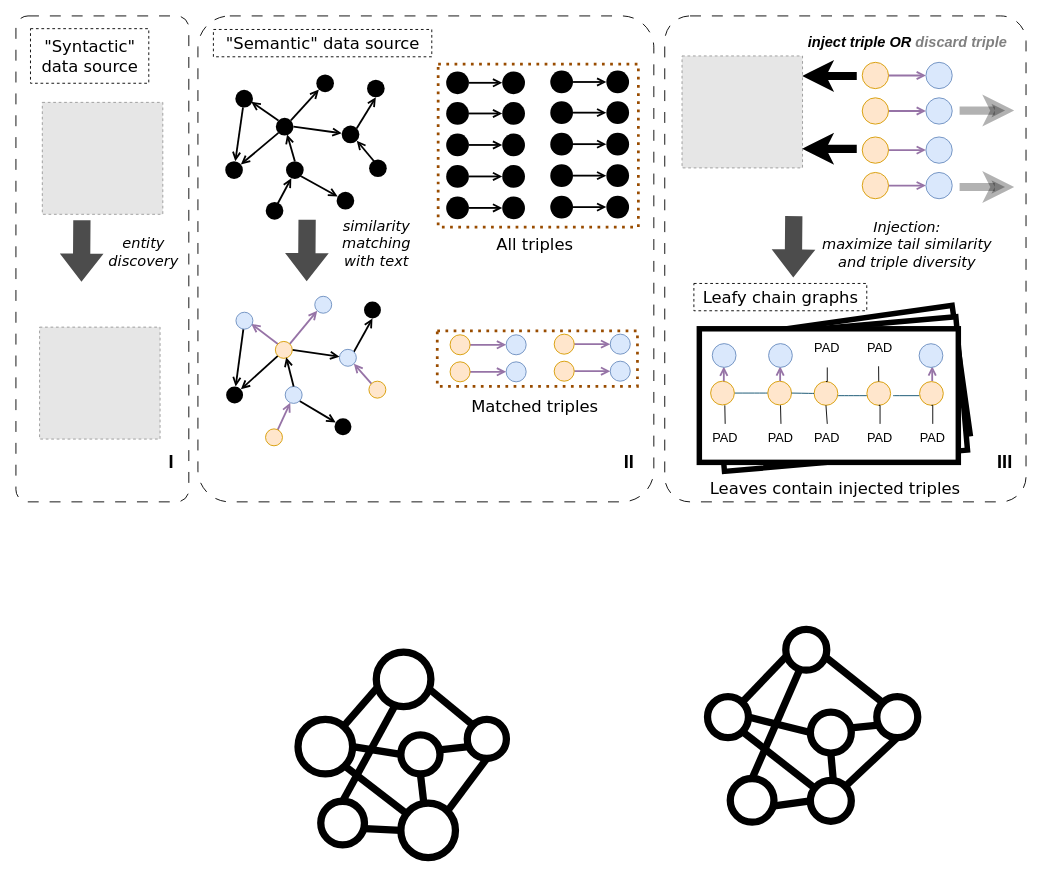
Earlier version of the draw.io diagram page "injection" (4 of 5) of presentations/pipeline.drawio (across-stars/draw.io). Source tidied: cells renumbered, new cells numbered last; positions are measured from the earlier drawing's top-left corner, leaving out a move shared by most shapes. Both pictures are drawn from the tidied source at 91%, with x=0, y=0 at pixel (15, 15). Pictures stored in the file or linked from it are replaced by grey dashed boxes.
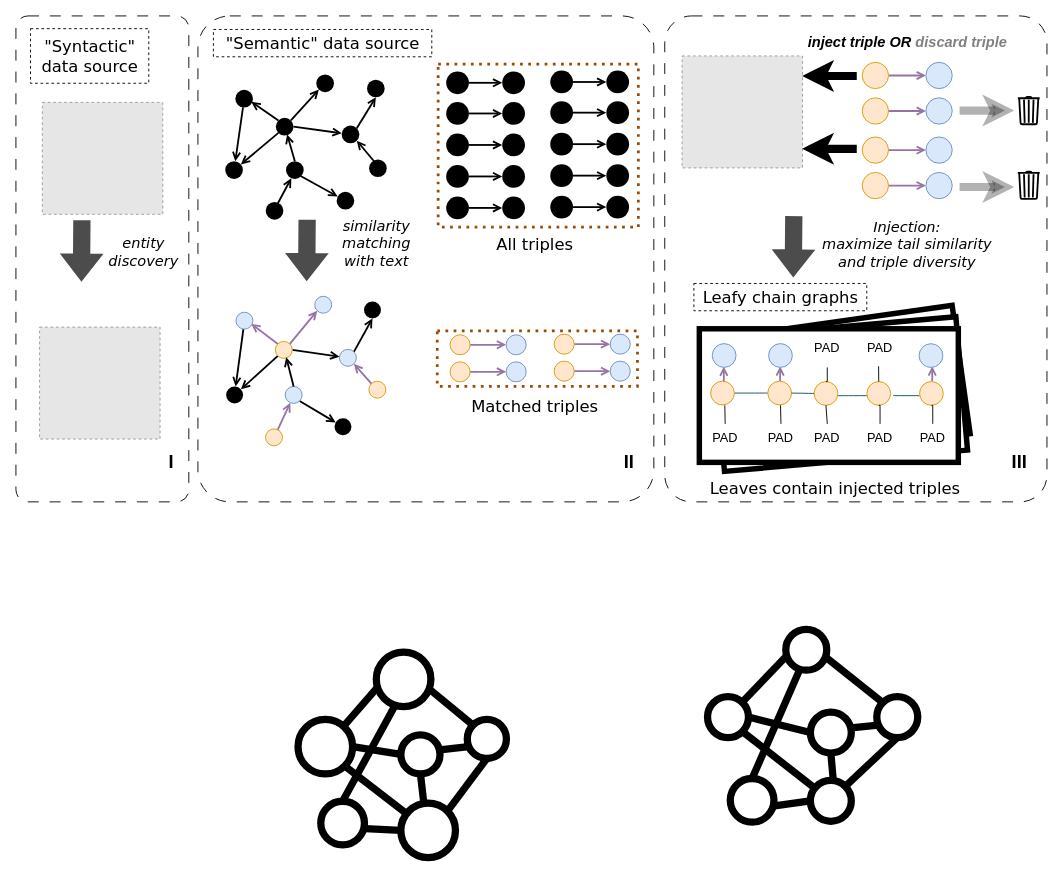
The same diagram, later.

The edit, as a diff of the source:
```diff
@@
+    <mxCell id="198" style="html=1;verticalLabelPosition=bottom;align=center;labelBackgroundColor=#ffffff;verticalAlign=top;strokeWidth=2;strokeColor=#000000;shadow=0;dashed=0;shape=mxgraph.ios7.icons.trashcan;" parent="1" vertex="1">
+      <mxGeometry x="1101" y="89" width="24" height="30" as="geometry" />
+    </mxCell>
@@
+    <mxCell id="199" style="html=1;verticalLabelPosition=bottom;align=center;labelBackgroundColor=#ffffff;verticalAlign=top;strokeWidth=2;strokeColor=#000000;shadow=0;dashed=0;shape=mxgraph.ios7.icons.trashcan;" parent="23" vertex="1">
+      <mxGeometry x="1101" y="171" width="24" height="30" as="geometry" />
+    </mxCell>
@@
     <mxCell id="169" style="rounded=1;whiteSpace=wrap;html=1;fontFamily=Helvetica;fontSize=12;fontColor=default;labelBackgroundColor=none;fillColor=none;dashed=1;dashPattern=12 12;arcSize=7;" parent="166" vertex="1">
-      <mxGeometry x="713" width="397" height="534" as="geometry" />
+      <mxGeometry x="713" width="420" height="534" as="geometry" />
     </mxCell>
@@
     <mxCell id="197" value="&lt;font style=&quot;font-size: 20px;&quot;&gt;&lt;b&gt;III&lt;/b&gt;&lt;/font&gt;" style="text;html=1;align=center;verticalAlign=middle;whiteSpace=wrap;rounded=0;fontFamily=Helvetica;fontSize=12;fontColor=default;labelBackgroundColor=none;" parent="186" vertex="1">
-      <mxGeometry x="1057" y="474" width="60" height="30" as="geometry" />
+      <mxGeometry x="1073" y="474" width="60" height="30" as="geometry" />
     </mxCell>
```
